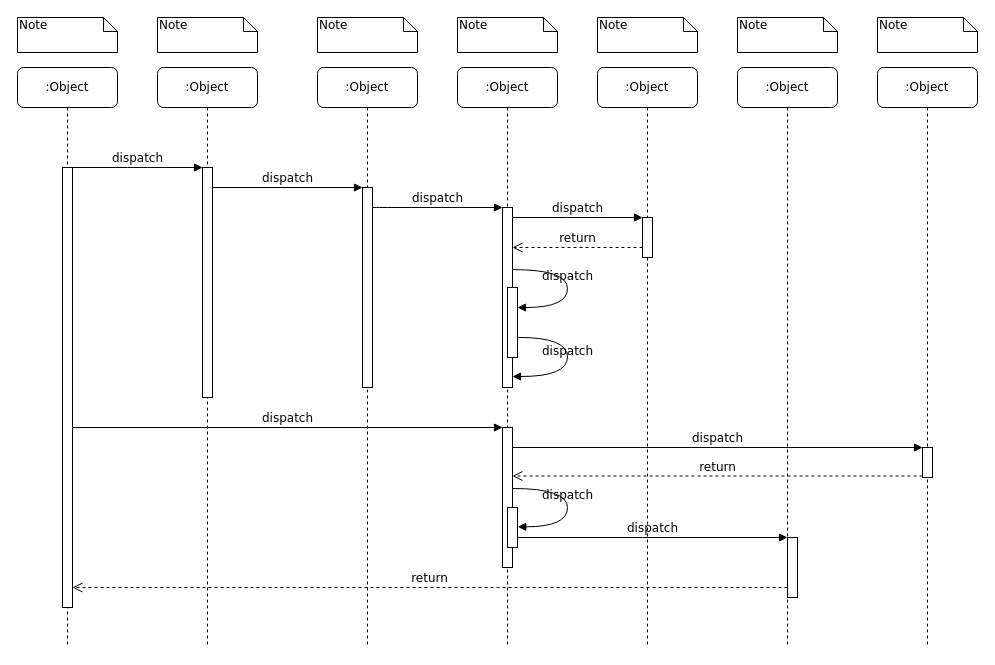
Earlier version of the draw.io diagram 税务授权-时序图.drawio (J0N1992/drawIo). Source tidied: cells renumbered, new cells numbered last; positions are measured from the earlier drawing's top-left corner, leaving out a move shared by most shapes. Both pictures are drawn from the tidied source at 100%, with x=0, y=0 at pixel (17, 17).
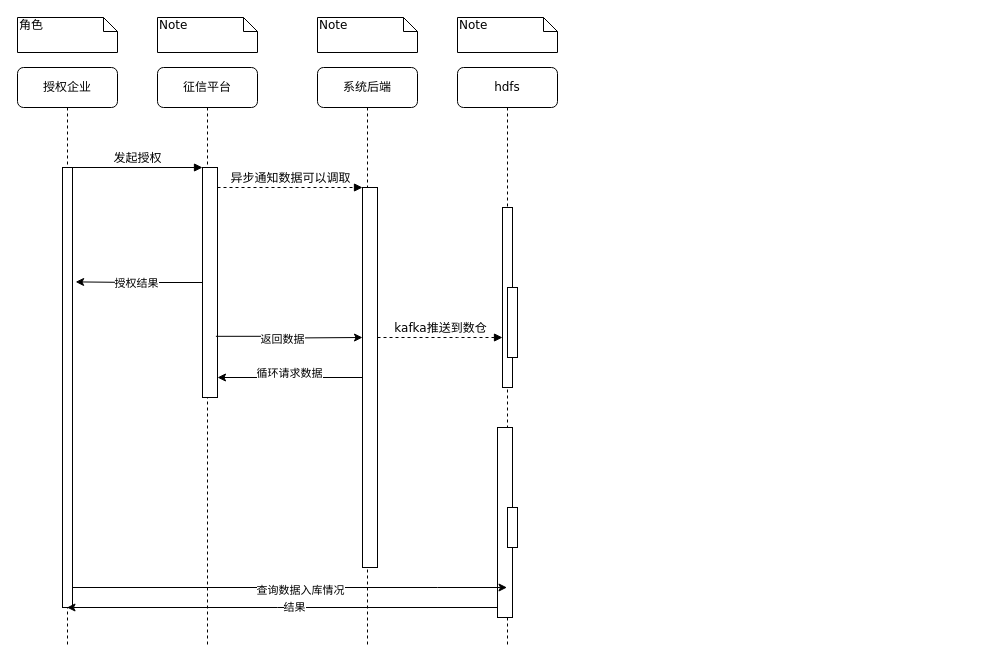
After the change.

Commit message:
更新税务授权-时序图.drawio

The change refers to these unchanged cells:
```xml
<mxCell id="11" style="html=1;points=[];perimeter=orthogonalPerimeter;rounded=0;shadow=0;comic=0;labelBackgroundColor=none;strokeWidth=1;fontFamily=Verdana;fontSize=12;align=center;" parent="10" vertex="1">
  <mxGeometry x="45" y="100" width="10" height="440" as="geometry" />
</mxCell>
<mxCell id="12" style="html=1;points=[];perimeter=orthogonalPerimeter;rounded=0;shadow=0;comic=0;labelBackgroundColor=none;strokeWidth=1;fontFamily=Verdana;fontSize=12;align=center;" parent="1" vertex="1">
  <mxGeometry x="485" y="190" width="10" height="180" as="geometry" />
</mxCell>
<mxCell id="27" style="html=1;points=[];perimeter=orthogonalPerimeter;rounded=0;shadow=0;comic=0;labelBackgroundColor=none;strokeWidth=1;fontFamily=Verdana;fontSize=12;align=center;" parent="1" vertex="1">
  <mxGeometry x="490" y="270" width="10" height="70" as="geometry" />
</mxCell>
<mxCell id="30" style="html=1;points=[];perimeter=orthogonalPerimeter;rounded=0;shadow=0;comic=0;labelBackgroundColor=none;strokeWidth=1;fontFamily=Verdana;fontSize=12;align=center;" parent="1" vertex="1">
  <mxGeometry x="490" y="490" width="10" height="40" as="geometry" />
</mxCell>
```

What changed in the source:
```diff
@@
-    <mxCell id="2" value=":Object" style="shape=umlLifeline;perimeter=lifelinePerimeter;whiteSpace=wrap;html=1;rounded=1;shadow=0;comic=0;labelBackgroundColor=none;strokeWidth=1;fontFamily=Verdana;fontSize=12;align=center;" parent="1" vertex="1">
+    <mxCell id="2" value="征信平台" style="shape=umlLifeline;perimeter=lifelinePerimeter;whiteSpace=wrap;html=1;rounded=1;shadow=0;comic=0;labelBackgroundColor=none;strokeWidth=1;fontFamily=Verdana;fontSize=12;align=center;" parent="1" vertex="1">
       <mxGeometry x="140" y="50" width="100" height="580" as="geometry" />
     </mxCell>
     <mxCell id="3" style="html=1;points=[];perimeter=orthogonalPerimeter;rounded=0;shadow=0;comic=0;labelBackgroundColor=none;strokeWidth=1;fontFamily=Verdana;fontSize=12;align=center;" parent="2" vertex="1">
-      <mxGeometry x="45" y="100" width="10" height="230" as="geometry" />
+      <mxGeometry x="45" y="100" width="15" height="230" as="geometry" />
     </mxCell>
-    <mxCell id="4" value=":Object" style="shape=umlLifeline;perimeter=lifelinePerimeter;whiteSpace=wrap;html=1;rounded=1;shadow=0;comic=0;labelBackgroundColor=none;strokeWidth=1;fontFamily=Verdana;fontSize=12;align=center;" parent="1" vertex="1">
+    <mxCell id="4" value="系统后端" style="shape=umlLifeline;perimeter=lifelinePerimeter;whiteSpace=wrap;html=1;rounded=1;shadow=0;comic=0;labelBackgroundColor=none;strokeWidth=1;fontFamily=Verdana;fontSize=12;align=center;" parent="1" vertex="1">
       <mxGeometry x="300" y="50" width="100" height="580" as="geometry" />
     </mxCell>
     <mxCell id="5" style="html=1;points=[];perimeter=orthogonalPerimeter;rounded=0;shadow=0;comic=0;labelBackgroundColor=none;strokeWidth=1;fontFamily=Verdana;fontSize=12;align=center;" parent="4" vertex="1">
-      <mxGeometry x="45" y="120" width="10" height="200" as="geometry" />
+      <mxGeometry x="45" y="120" width="15" height="380" as="geometry" />
     </mxCell>
+    <mxCell id="39" style="edgeStyle=orthogonalEdgeStyle;rounded=0;jettySize=auto;html=1;entryX=0.5;entryY=0.475;entryDx=0;entryDy=0;entryPerimeter=0;exitX=0.894;exitY=0.734;exitDx=0;exitDy=0;exitPerimeter=0;" parent="4" edge="1" source="3">
+      <mxGeometry relative="1" as="geometry">
+        <mxPoint x="45" y="270" as="targetPoint" />
+      </mxGeometry>
+    </mxCell>
+    <mxCell id="40" value="返回数据" style="edgeLabel;html=1;align=center;verticalAlign=middle;" parent="39" vertex="1">
+      <mxGeometry x="-0.09" y="-3" relative="1" as="geometry">
+        <mxPoint x="-1" as="offset" />
+      </mxGeometry>
+    </mxCell>
-    <mxCell id="6" value=":Object" style="shape=umlLifeline;perimeter=lifelinePerimeter;whiteSpace=wrap;html=1;outlineConnect=0;rounded=1;shadow=0;comic=0;labelBackgroundColor=none;strokeWidth=1;fontFamily=Verdana;fontSize=12;align=center;" parent="1" vertex="1">
+    <mxCell id="6" value="hdfs" style="shape=umlLifeline;perimeter=lifelinePerimeter;whiteSpace=wrap;html=1;outlineConnect=0;rounded=1;shadow=0;comic=0;labelBackgroundColor=none;strokeWidth=1;fontFamily=Verdana;fontSize=12;align=center;" parent="1" vertex="1">
       <mxGeometry x="440" y="50" width="100" height="580" as="geometry" />
     </mxCell>
-    <mxCell id="7" value=":Object" style="shape=umlLifeline;perimeter=lifelinePerimeter;whiteSpace=wrap;html=1;rounded=1;shadow=0;comic=0;labelBackgroundColor=none;strokeWidth=1;fontFamily=Verdana;fontSize=12;align=center;" parent="1" vertex="1">
-      <mxGeometry x="580" y="50" width="100" height="580" as="geometry" />
-    </mxCell>
-    <mxCell id="8" value=":Object" style="shape=umlLifeline;perimeter=lifelinePerimeter;whiteSpace=wrap;html=1;rounded=1;shadow=0;comic=0;labelBackgroundColor=none;strokeWidth=1;fontFamily=Verdana;fontSize=12;align=center;" parent="1" vertex="1">
-      <mxGeometry x="720" y="50" width="100" height="580" as="geometry" />
-    </mxCell>
-    <mxCell id="9" value=":Object" style="shape=umlLifeline;perimeter=lifelinePerimeter;whiteSpace=wrap;html=1;rounded=1;shadow=0;comic=0;labelBackgroundColor=none;strokeWidth=1;fontFamily=Verdana;fontSize=12;align=center;" parent="1" vertex="1">
-      <mxGeometry x="860" y="50" width="100" height="580" as="geometry" />
-    </mxCell>
-    <mxCell id="10" value=":Object" style="shape=umlLifeline;perimeter=lifelinePerimeter;whiteSpace=wrap;html=1;outlineConnect=0;rounded=1;shadow=0;comic=0;labelBackgroundColor=none;strokeWidth=1;fontFamily=Verdana;fontSize=12;align=center;" parent="1" vertex="1">
+    <mxCell id="10" value="授权企业" style="shape=umlLifeline;perimeter=lifelinePerimeter;whiteSpace=wrap;html=1;outlineConnect=0;rounded=1;shadow=0;comic=0;labelBackgroundColor=none;strokeWidth=1;fontFamily=Verdana;fontSize=12;align=center;" parent="1" vertex="1">
       <mxGeometry y="50" width="100" height="580" as="geometry" />
     </mxCell>
@@
-    <mxCell id="13" value="dispatch" style="html=1;verticalAlign=bottom;endArrow=block;labelBackgroundColor=none;fontFamily=Verdana;fontSize=12;edgeStyle=elbowEdgeStyle;elbow=vertical;" parent="1" edge="1" source="5" target="12">
+    <mxCell id="13" value="kafka推送到数仓" style="html=1;verticalAlign=bottom;endArrow=block;labelBackgroundColor=none;fontFamily=Verdana;fontSize=12;edgeStyle=elbowEdgeStyle;elbow=horizontal;dashed=1;" parent="1" edge="1" source="5" target="12">
       <mxGeometry relative="1" as="geometry">
         <Array as="points">
-          <mxPoint x="360" y="190" />
+          <mxPoint x="430" y="320" />
         </Array>
       </mxGeometry>
     </mxCell>
-    <mxCell id="14" style="html=1;points=[];perimeter=orthogonalPerimeter;rounded=0;shadow=0;comic=0;labelBackgroundColor=none;strokeWidth=1;fontFamily=Verdana;fontSize=12;align=center;" parent="1" vertex="1">
-      <mxGeometry x="625" y="200" width="10" height="40" as="geometry" />
-    </mxCell>
-    <mxCell id="15" value="dispatch" style="html=1;verticalAlign=bottom;endArrow=block;entryX=0;entryY=0;labelBackgroundColor=none;fontFamily=Verdana;fontSize=12;edgeStyle=elbowEdgeStyle;elbow=vertical;" parent="1" edge="1" source="12" target="14">
-      <mxGeometry relative="1" as="geometry" />
-    </mxCell>
-    <mxCell id="16" value="return" style="html=1;verticalAlign=bottom;endArrow=open;dashed=1;endSize=8;labelBackgroundColor=none;fontFamily=Verdana;fontSize=12;edgeStyle=elbowEdgeStyle;elbow=vertical;" parent="1" edge="1" source="14" target="12">
-      <mxGeometry relative="1" as="geometry">
-        <Array as="points">
-          <mxPoint x="570" y="230" />
-          <mxPoint x="600" y="230" />
-        </Array>
-      </mxGeometry>
-    </mxCell>
+    <mxCell id="41" style="edgeStyle=orthogonalEdgeStyle;rounded=0;jettySize=auto;html=1;" parent="1" edge="1" source="17" target="10">
+      <mxGeometry relative="1" as="geometry">
+        <Array as="points">
+          <mxPoint x="260" y="590" />
+          <mxPoint x="260" y="590" />
+        </Array>
+      </mxGeometry>
+    </mxCell>
+    <mxCell id="42" value="结果" style="edgeLabel;html=1;align=center;verticalAlign=middle;" parent="41" vertex="1">
+      <mxGeometry x="-0.05" y="-1" relative="1" as="geometry" />
+    </mxCell>
     <mxCell id="17" style="html=1;points=[];perimeter=orthogonalPerimeter;rounded=0;shadow=0;comic=0;labelBackgroundColor=none;strokeWidth=1;fontFamily=Verdana;fontSize=12;align=center;" parent="1" vertex="1">
-      <mxGeometry x="485" y="410" width="10" height="140" as="geometry" />
+      <mxGeometry x="480" y="410" width="15" height="190" as="geometry" />
     </mxCell>
-    <mxCell id="18" value="dispatch" style="html=1;verticalAlign=bottom;endArrow=block;entryX=0;entryY=0;labelBackgroundColor=none;fontFamily=Verdana;fontSize=12;" parent="1" edge="1" source="11" target="17">
-      <mxGeometry relative="1" as="geometry" />
-    </mxCell>
-    <mxCell id="19" style="html=1;points=[];perimeter=orthogonalPerimeter;rounded=0;shadow=0;comic=0;labelBackgroundColor=none;strokeColor=#000000;strokeWidth=1;fillColor=#FFFFFF;fontFamily=Verdana;fontSize=12;fontColor=#000000;align=center;" parent="1" vertex="1">
-      <mxGeometry x="905" y="430" width="10" height="30" as="geometry" />
-    </mxCell>
-    <mxCell id="20" value="dispatch" style="html=1;verticalAlign=bottom;endArrow=block;entryX=0;entryY=0;labelBackgroundColor=none;fontFamily=Verdana;fontSize=12;" parent="1" edge="1" source="17" target="19">
-      <mxGeometry relative="1" as="geometry" />
-    </mxCell>
-    <mxCell id="21" value="return" style="html=1;verticalAlign=bottom;endArrow=open;dashed=1;endSize=8;exitX=0;exitY=0.95;labelBackgroundColor=none;fontFamily=Verdana;fontSize=12;" parent="1" edge="1" source="19" target="17">
-      <mxGeometry relative="1" as="geometry" />
-    </mxCell>
-    <mxCell id="22" style="html=1;points=[];perimeter=orthogonalPerimeter;rounded=0;shadow=0;comic=0;labelBackgroundColor=none;strokeWidth=1;fontFamily=Verdana;fontSize=12;align=center;" parent="1" vertex="1">
-      <mxGeometry x="770" y="520" width="10" height="60" as="geometry" />
-    </mxCell>
-    <mxCell id="23" value="dispatch" style="html=1;verticalAlign=bottom;endArrow=block;entryX=0;entryY=0;labelBackgroundColor=none;fontFamily=Verdana;fontSize=12;edgeStyle=elbowEdgeStyle;elbow=vertical;" parent="1" edge="1" source="30" target="22">
-      <mxGeometry relative="1" as="geometry" />
-    </mxCell>
-    <mxCell id="24" value="return" style="html=1;verticalAlign=bottom;endArrow=open;dashed=1;endSize=8;labelBackgroundColor=none;fontFamily=Verdana;fontSize=12;edgeStyle=elbowEdgeStyle;elbow=vertical;" parent="1" edge="1" source="22" target="11">
-      <mxGeometry relative="1" as="geometry">
-        <Array as="points">
-          <mxPoint x="470" y="570" />
-        </Array>
-      </mxGeometry>
-    </mxCell>
-    <mxCell id="25" value="dispatch" style="html=1;verticalAlign=bottom;endArrow=block;entryX=0;entryY=0;labelBackgroundColor=none;fontFamily=Verdana;fontSize=12;edgeStyle=elbowEdgeStyle;elbow=vertical;" parent="1" edge="1" source="11" target="3">
+    <mxCell id="25" value="发起授权" style="html=1;verticalAlign=bottom;endArrow=block;entryX=0;entryY=0;labelBackgroundColor=none;fontFamily=Verdana;fontSize=12;edgeStyle=elbowEdgeStyle;elbow=vertical;" parent="1" edge="1" source="11" target="3">
       <mxGeometry relative="1" as="geometry" />
     </mxCell>
-    <mxCell id="26" value="dispatch" style="html=1;verticalAlign=bottom;endArrow=block;entryX=0;entryY=0;labelBackgroundColor=none;fontFamily=Verdana;fontSize=12;edgeStyle=elbowEdgeStyle;elbow=vertical;" parent="1" edge="1" source="3" target="5">
+    <mxCell id="26" value="异步通知数据可以调取" style="html=1;verticalAlign=bottom;endArrow=block;entryX=0;entryY=0;labelBackgroundColor=none;fontFamily=Verdana;fontSize=12;edgeStyle=elbowEdgeStyle;elbow=vertical;strokeColor=default;flowAnimation=0;dashed=1;" parent="1" edge="1" source="3" target="5">
       <mxGeometry relative="1" as="geometry" />
     </mxCell>
@@
-    <mxCell id="28" value="dispatch" style="html=1;verticalAlign=bottom;endArrow=block;labelBackgroundColor=none;fontFamily=Verdana;fontSize=12;elbow=vertical;edgeStyle=orthogonalEdgeStyle;curved=1;entryX=1;entryY=0.286;entryPerimeter=0;exitX=1.038;exitY=0.345;exitPerimeter=0;" parent="1" edge="1" source="12" target="27">
-      <mxGeometry relative="1" as="geometry">
-        <Array as="points">
-          <mxPoint x="550" y="252" />
-          <mxPoint x="550" y="290" />
-        </Array>
-      </mxGeometry>
-    </mxCell>
-    <mxCell id="29" value="dispatch" style="html=1;verticalAlign=bottom;endArrow=block;labelBackgroundColor=none;fontFamily=Verdana;fontSize=12;elbow=vertical;edgeStyle=orthogonalEdgeStyle;curved=1;exitX=1.066;exitY=0.713;exitPerimeter=0;" parent="1" edge="1" source="27">
-      <mxGeometry relative="1" as="geometry">
-        <mxPoint x="495" y="359" as="targetPoint" />
-        <Array as="points">
-          <mxPoint x="550" y="320" />
-          <mxPoint x="550" y="359" />
-        </Array>
-      </mxGeometry>
-    </mxCell>
@@
-    <mxCell id="31" value="dispatch" style="html=1;verticalAlign=bottom;endArrow=block;labelBackgroundColor=none;fontFamily=Verdana;fontSize=12;elbow=vertical;edgeStyle=orthogonalEdgeStyle;curved=1;entryX=1;entryY=0.286;entryPerimeter=0;exitX=1.038;exitY=0.345;exitPerimeter=0;" parent="1" edge="1">
-      <mxGeometry relative="1" as="geometry">
-        <mxPoint x="495.3" y="471" as="sourcePoint" />
-        <mxPoint x="500.3" y="509.3" as="targetPoint" />
-        <Array as="points">
-          <mxPoint x="550" y="471" />
-          <mxPoint x="550" y="509" />
-        </Array>
-      </mxGeometry>
-    </mxCell>
-    <mxCell id="32" value="Note" style="shape=note;whiteSpace=wrap;html=1;size=14;verticalAlign=top;align=left;spacingTop=-6;rounded=0;shadow=0;comic=0;labelBackgroundColor=none;strokeWidth=1;fontFamily=Verdana;fontSize=12;" parent="1" vertex="1">
+    <mxCell id="32" value="角色" style="shape=note;whiteSpace=wrap;html=1;size=14;verticalAlign=top;align=left;spacingTop=-6;rounded=0;shadow=0;comic=0;labelBackgroundColor=none;strokeWidth=1;fontFamily=Verdana;fontSize=12;" parent="1" vertex="1">
       <mxGeometry width="100" height="35" as="geometry" />
     </mxCell>
@@
-    <mxCell id="36" value="Note" style="shape=note;whiteSpace=wrap;html=1;size=14;verticalAlign=top;align=left;spacingTop=-6;rounded=0;shadow=0;comic=0;labelBackgroundColor=none;strokeWidth=1;fontFamily=Verdana;fontSize=12;" parent="1" vertex="1">
-      <mxGeometry x="580" width="100" height="35" as="geometry" />
-    </mxCell>
-    <mxCell id="37" value="Note" style="shape=note;whiteSpace=wrap;html=1;size=14;verticalAlign=top;align=left;spacingTop=-6;rounded=0;shadow=0;comic=0;labelBackgroundColor=none;strokeWidth=1;fontFamily=Verdana;fontSize=12;" parent="1" vertex="1">
-      <mxGeometry x="720" width="100" height="35" as="geometry" />
-    </mxCell>
-    <mxCell id="38" value="Note" style="shape=note;whiteSpace=wrap;html=1;size=14;verticalAlign=top;align=left;spacingTop=-6;rounded=0;shadow=0;comic=0;labelBackgroundColor=none;strokeWidth=1;fontFamily=Verdana;fontSize=12;" parent="1" vertex="1">
-      <mxGeometry x="860" width="100" height="35" as="geometry" />
-    </mxCell>
+    <mxCell id="43" style="edgeStyle=orthogonalEdgeStyle;rounded=0;jettySize=auto;html=1;entryX=1.31;entryY=0.26;entryDx=0;entryDy=0;entryPerimeter=0;" parent="1" edge="1" source="3" target="11">
+      <mxGeometry relative="1" as="geometry" />
+    </mxCell>
+    <mxCell id="44" value="授权结果" style="edgeLabel;html=1;align=center;verticalAlign=middle;" parent="43" vertex="1">
+      <mxGeometry x="0.3" y="2" relative="1" as="geometry">
+        <mxPoint x="16" y="-1" as="offset" />
+      </mxGeometry>
+    </mxCell>
+    <mxCell id="45" style="edgeStyle=orthogonalEdgeStyle;rounded=0;jettySize=auto;html=1;" parent="1" edge="1" source="5">
+      <mxGeometry relative="1" as="geometry">
+        <mxPoint x="200" y="360" as="targetPoint" />
+        <Array as="points">
+          <mxPoint x="200" y="360" />
+        </Array>
+      </mxGeometry>
+    </mxCell>
+    <mxCell id="46" value="循环请求数据" style="edgeLabel;html=1;align=center;verticalAlign=middle;" parent="45" vertex="1">
+      <mxGeometry x="-0.32" y="-4" relative="1" as="geometry">
+        <mxPoint x="-25" y="-1" as="offset" />
+      </mxGeometry>
+    </mxCell>
+    <mxCell id="47" style="edgeStyle=orthogonalEdgeStyle;rounded=0;jettySize=auto;html=1;" parent="1" edge="1" source="11" target="6">
+      <mxGeometry relative="1" as="geometry">
+        <Array as="points">
+          <mxPoint x="420" y="570" />
+          <mxPoint x="420" y="570" />
+        </Array>
+      </mxGeometry>
+    </mxCell>
+    <mxCell id="48" value="查询数据入库情况" style="edgeLabel;html=1;align=center;verticalAlign=middle;" parent="47" vertex="1">
+      <mxGeometry x="0.05" y="-2" relative="1" as="geometry">
+        <mxPoint x="-1" as="offset" />
+      </mxGeometry>
+    </mxCell>
```
